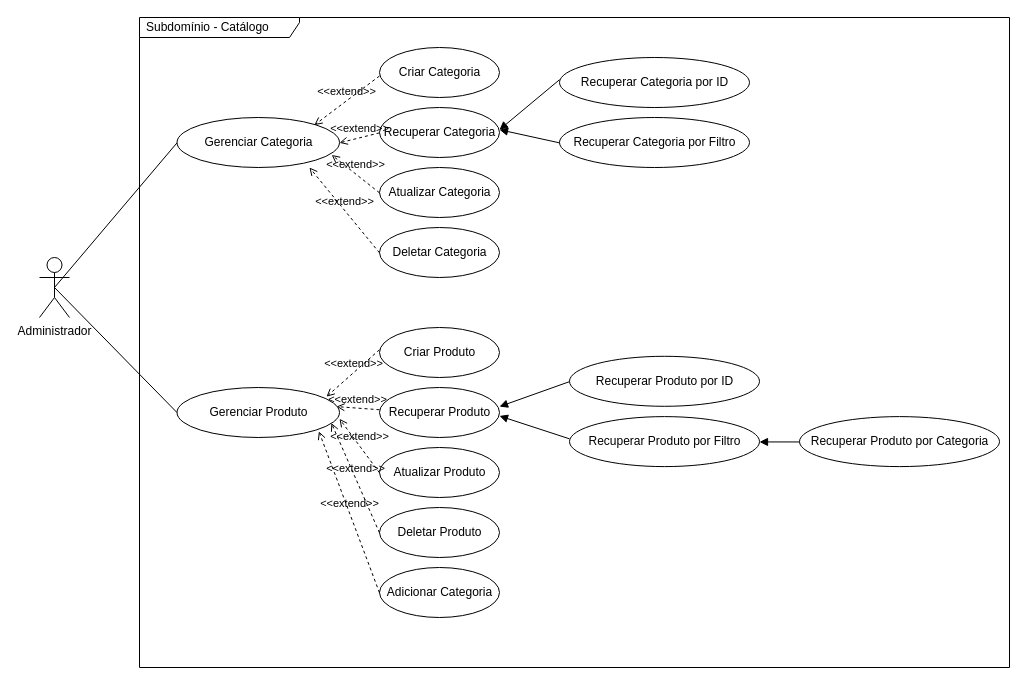
This is page "Subdomínio - Catálogo" (2 of 2) of requirements/ecommerce-caso-uso.drawio from Miguelstoss/ecommerce-node-api, a draw.io file, before an edit. Source tidied: cells renumbered, new cells numbered last; positions are measured from the earlier drawing's top-left corner, leaving out a move shared by most shapes. Both pictures are drawn from the tidied source at 100%, with x=0, y=0 at pixel (39, 17).
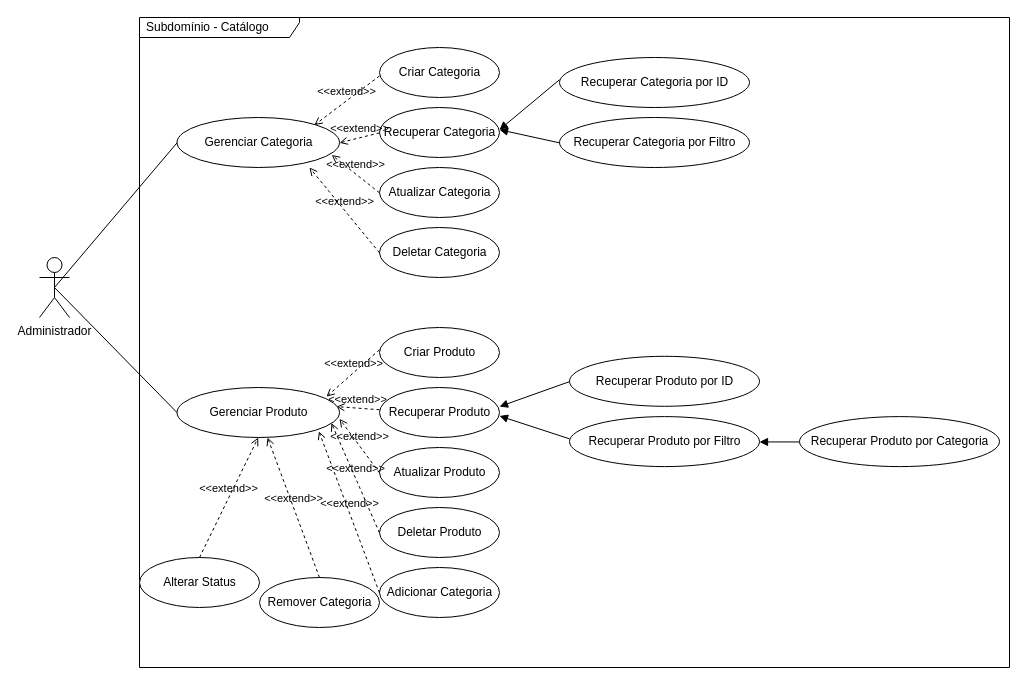
The same diagram, later.

Unchanged cells that the change refers to:
```xml
<mxCell id="4" style="shape=ellipse;horizontal=1;html=1;dashed=0;" parent="1" vertex="1">
  <mxGeometry x="137.5" y="370" width="162.5" height="50" as="geometry" />
</mxCell>
```

What changed in the source:
```diff
@@
+    <mxCell id="52" style="shape=ellipse;horizontal=1;html=1;dashed=0;" parent="1" vertex="1">
+      <mxGeometry x="220" y="560" width="120" height="50" as="geometry" />
+    </mxCell>
+    <mxCell id="53" value="Remover Categoria" style="html=1;strokeColor=none;fillColor=none;align=center;verticalAlign=middle;" parent="52" vertex="1">
+      <mxGeometry y="19.1" width="120" height="12.5" as="geometry" />
+    </mxCell>
+    <mxCell id="54" value="&amp;lt;&amp;lt;extend&amp;gt;&amp;gt;" style="html=1;verticalAlign=bottom;labelBackgroundColor=none;endArrow=open;endFill=0;dashed=1;exitX=0.5;exitY=0;exitDx=0;exitDy=0;" parent="1" edge="1" source="52" target="4">
+      <mxGeometry relative="1" as="geometry" />
+    </mxCell>
+    <mxCell id="55" style="shape=ellipse;horizontal=1;html=1;dashed=0;" parent="1" vertex="1">
+      <mxGeometry x="100" y="540" width="120" height="50" as="geometry" />
+    </mxCell>
+    <mxCell id="56" value="Alterar Status" style="html=1;strokeColor=none;fillColor=none;align=center;verticalAlign=middle;" parent="55" vertex="1">
+      <mxGeometry y="19.1" width="120" height="12.5" as="geometry" />
+    </mxCell>
+    <mxCell id="57" value="&amp;lt;&amp;lt;extend&amp;gt;&amp;gt;" style="html=1;verticalAlign=bottom;labelBackgroundColor=none;endArrow=open;endFill=0;dashed=1;exitX=0.5;exitY=0;exitDx=0;exitDy=0;entryX=0.5;entryY=1;entryDx=0;entryDy=0;" parent="1" edge="1" source="55" target="4">
+      <mxGeometry relative="1" as="geometry" />
+    </mxCell>
```
